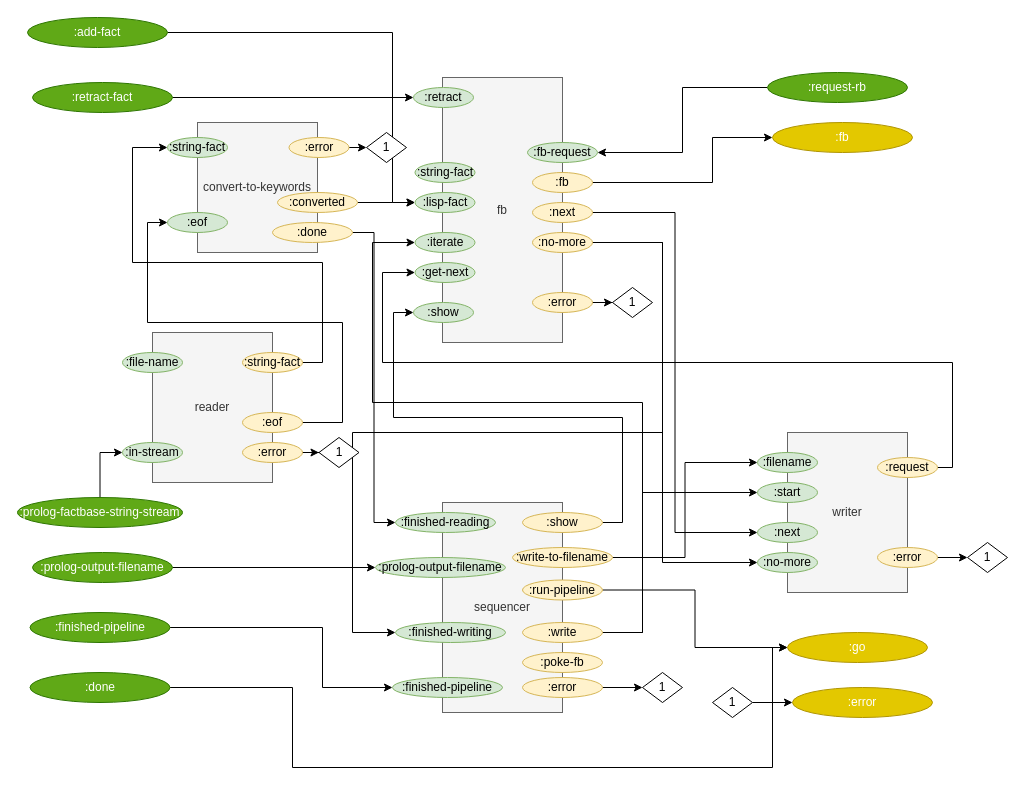
Above: page "1. Compiler test bed" (3 of 7) of svg/cl-compiler/doc/V3-compiler.drawio in bmfbp/bmfbp (draw.io), before the change. Source tidied: cells renumbered, new cells numbered last; positions are measured from the earlier drawing's top-left corner, leaving out a move shared by most shapes. Both pictures are drawn from the tidied source at 100%, with x=0, y=0 at pixel (17, 17).
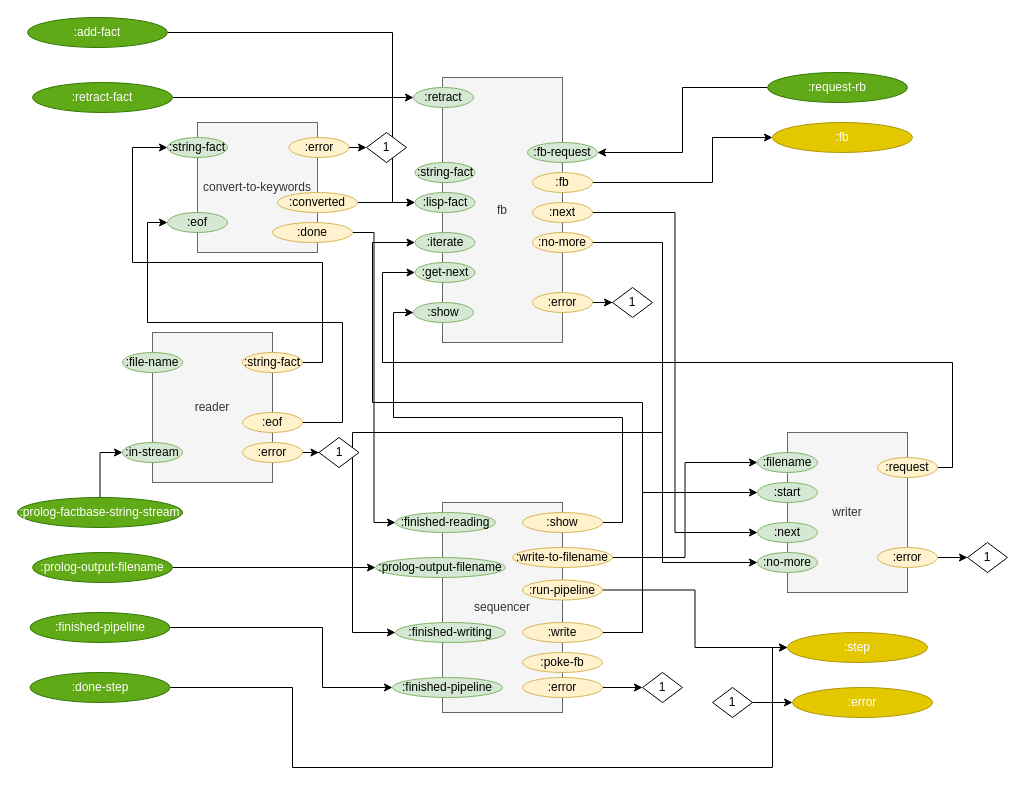
After the change.

Diff of the diagram source:
```diff
@@
-    <mxCell id="66" value=":done" style="ellipse;whiteSpace=wrap;html=1;fillColor=#60a917;strokeColor=#2D7600;fontColor=#ffffff;" parent="1" vertex="1">
+    <mxCell id="66" value=":done-step" style="ellipse;whiteSpace=wrap;html=1;fillColor=#60a917;strokeColor=#2D7600;fontColor=#ffffff;" parent="1" vertex="1">
       <mxGeometry x="12.5" y="655" width="140" height="30" as="geometry" />
     </mxCell>
@@
-    <mxCell id="72" value=":go" style="ellipse;whiteSpace=wrap;html=1;fillColor=#e3c800;strokeColor=#B09500;fontColor=#ffffff;" parent="1" vertex="1">
+    <mxCell id="72" value=":step" style="ellipse;whiteSpace=wrap;html=1;fillColor=#e3c800;strokeColor=#B09500;fontColor=#ffffff;" parent="1" vertex="1">
       <mxGeometry x="770" y="615" width="140" height="30" as="geometry" />
     </mxCell>
```
